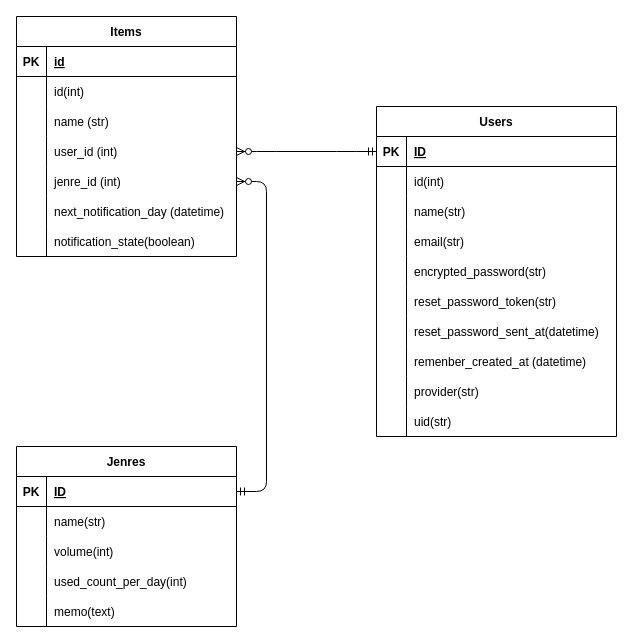
Before: ER_diagram.dio in nakajima-takeshi/stockmate, a draw.io diagram. Source tidied: cells renumbered, new cells numbered last; positions are measured from the earlier drawing's top-left corner, leaving out a move shared by most shapes. Both pictures are drawn from the tidied source at 100%, with x=0, y=0 at pixel (16, 16).
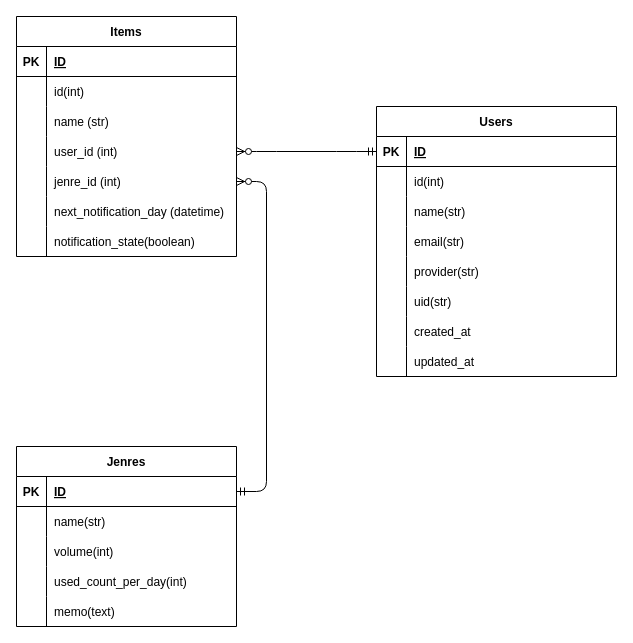
After the change.

Commit message:
Usersテーブル修正

Unchanged cells that the change refers to:
```xml
<mxCell id="15" style="shape=tableRow;horizontal=0;startSize=0;swimlaneHead=0;swimlaneBody=0;fillColor=none;top=0;left=0;right=0;bottom=0;" parent="2" vertex="1">
  <mxGeometry y="150" width="240" height="30" as="geometry" />
</mxCell>
<mxCell id="18" style="shape=tableRow;horizontal=0;startSize=0;swimlaneHead=0;swimlaneBody=0;fillColor=none;top=0;left=0;right=0;bottom=0;" parent="2" vertex="1">
  <mxGeometry y="180" width="240" height="30" as="geometry" />
</mxCell>
<mxCell id="21" style="shape=tableRow;horizontal=0;startSize=0;swimlaneHead=0;swimlaneBody=0;fillColor=none;top=0;left=0;right=0;bottom=0;" parent="2" vertex="1">
  <mxGeometry y="210" width="240" height="30" as="geometry" />
</mxCell>
<mxCell id="24" style="shape=tableRow;horizontal=0;startSize=0;swimlaneHead=0;swimlaneBody=0;fillColor=none;top=0;left=0;right=0;bottom=0;" parent="2" vertex="1">
  <mxGeometry y="240" width="240" height="30" as="geometry" />
</mxCell>
<mxCell id="50" style="shape=tableRow;horizontal=0;startSize=0;swimlaneHead=0;swimlaneBody=0;fillColor=none;top=0;left=0;right=0;bottom=1;" parent="49" vertex="1">
  <mxGeometry y="30" width="220" height="30" as="geometry" />
</mxCell>
```

Diff of the diagram source:
```diff
@@
     <mxCell id="2" value="Users" style="shape=table;startSize=30;childLayout=tableLayout;rowLines=0;fontStyle=1;align=center;" parent="1" vertex="1">
-      <mxGeometry x="360" y="90" width="240" height="330" as="geometry" />
+      <mxGeometry x="360" y="90" width="240" height="270" as="geometry" />
     </mxCell>
@@
-    <mxCell id="17" value="encrypted_password(str)" style="shape=partialRectangle;fillColor=none;top=0;left=0;bottom=0;right=0;align=left;spacingLeft=6;overflow=hidden;" parent="15" vertex="1">
+    <mxCell id="17" value="provider(str)" style="shape=partialRectangle;fillColor=none;top=0;left=0;bottom=0;right=0;align=left;spacingLeft=6;overflow=hidden;" parent="15" vertex="1">
       <mxGeometry x="30" width="210" height="30" as="geometry" />
     </mxCell>
@@
-    <mxCell id="20" value="reset_password_token(str)" style="shape=partialRectangle;fillColor=none;top=0;left=0;bottom=0;right=0;align=left;spacingLeft=6;overflow=hidden;" parent="18" vertex="1">
+    <mxCell id="20" value="uid(str)" style="shape=partialRectangle;fillColor=none;top=0;left=0;bottom=0;right=0;align=left;spacingLeft=6;overflow=hidden;" parent="18" vertex="1">
       <mxGeometry x="30" width="210" height="30" as="geometry" />
     </mxCell>
@@
-    <mxCell id="23" value="reset_password_sent_at(datetime)" style="shape=partialRectangle;fillColor=none;top=0;left=0;bottom=0;right=0;align=left;spacingLeft=6;overflow=hidden;" parent="21" vertex="1">
+    <mxCell id="23" value="created_at" style="shape=partialRectangle;fillColor=none;top=0;left=0;bottom=0;right=0;align=left;spacingLeft=6;overflow=hidden;" parent="21" vertex="1">
       <mxGeometry x="30" width="210" height="30" as="geometry" />
     </mxCell>
@@
-    <mxCell id="26" value="remenber_created_at (datetime)" style="shape=partialRectangle;fillColor=none;top=0;left=0;bottom=0;right=0;align=left;spacingLeft=6;overflow=hidden;" parent="24" vertex="1">
+    <mxCell id="26" value="updated_at" style="shape=partialRectangle;fillColor=none;top=0;left=0;bottom=0;right=0;align=left;spacingLeft=6;overflow=hidden;" parent="24" vertex="1">
       <mxGeometry x="30" width="210" height="30" as="geometry" />
     </mxCell>
-    <mxCell id="27" style="shape=tableRow;horizontal=0;startSize=0;swimlaneHead=0;swimlaneBody=0;fillColor=none;top=0;left=0;right=0;bottom=0;" parent="2" vertex="1">
-      <mxGeometry y="270" width="240" height="30" as="geometry" />
-    </mxCell>
-    <mxCell id="28" style="shape=partialRectangle;fillColor=none;top=0;left=0;bottom=0;right=0;overflow=hidden;" parent="27" vertex="1">
-      <mxGeometry width="30" height="30" as="geometry" />
-    </mxCell>
-    <mxCell id="29" value="provider(str)" style="shape=partialRectangle;fillColor=none;top=0;left=0;bottom=0;right=0;align=left;spacingLeft=6;overflow=hidden;" parent="27" vertex="1">
-      <mxGeometry x="30" width="210" height="30" as="geometry" />
-    </mxCell>
-    <mxCell id="30" style="shape=tableRow;horizontal=0;startSize=0;swimlaneHead=0;swimlaneBody=0;fillColor=none;top=0;left=0;right=0;bottom=0;" parent="2" vertex="1">
-      <mxGeometry y="300" width="240" height="30" as="geometry" />
-    </mxCell>
-    <mxCell id="31" style="shape=partialRectangle;fillColor=none;top=0;left=0;bottom=0;right=0;overflow=hidden;" parent="30" vertex="1">
-      <mxGeometry width="30" height="30" as="geometry" />
-    </mxCell>
-    <mxCell id="32" value="uid(str)" style="shape=partialRectangle;fillColor=none;top=0;left=0;bottom=0;right=0;align=left;spacingLeft=6;overflow=hidden;" parent="30" vertex="1">
-      <mxGeometry x="30" width="210" height="30" as="geometry" />
-    </mxCell>
@@
-    <mxCell id="52" value="id" style="shape=partialRectangle;fillColor=none;top=0;left=0;bottom=0;right=0;align=left;spacingLeft=6;fontStyle=5;overflow=hidden;" parent="50" vertex="1">
+    <mxCell id="52" value="ID" style="shape=partialRectangle;fillColor=none;top=0;left=0;bottom=0;right=0;align=left;spacingLeft=6;fontStyle=5;overflow=hidden;" parent="50" vertex="1">
       <mxGeometry x="30" width="190" height="30" as="geometry" />
     </mxCell>
```
